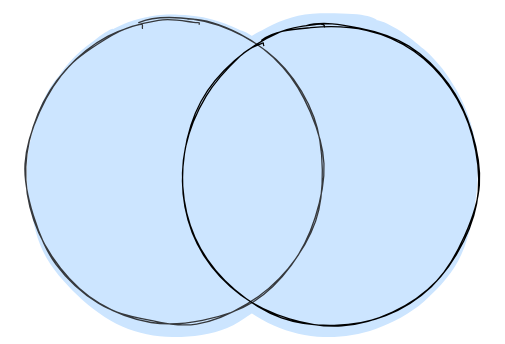
The draw.io diagram content/files/sql_full_outer_join.svg in TheRealMattDunn/mattdunn.info, before a commit. Source tidied: cells renumbered, new cells last; positions are measured from the earlier drawing's top-left corner, leaving out a move shared by most shapes. Its diagram source:
```xml
<mxGraphModel>
  <root>
    <mxCell id="0" />
    <mxCell id="1" parent="0" />
    <mxCell id="2" style="ellipse;whiteSpace=wrap;html=1;fillColor=#cce5ff;sketch=1;fillStyle=solid;strokeColor=none;" parent="1" vertex="1">
      <mxGeometry y="5" width="240" height="240" as="geometry" />
    </mxCell>
    <mxCell id="3" style="ellipse;whiteSpace=wrap;html=1;fillColor=#cce5ff;strokeColor=none;sketch=1;fillStyle=solid;" parent="1" vertex="1">
      <mxGeometry x="120" y="5" width="240" height="240" as="geometry" />
    </mxCell>
    <mxCell id="4" style="ellipse;whiteSpace=wrap;html=1;strokeColor=#36393d;sketch=1;fillStyle=solid;fillColor=none;" parent="1" vertex="1">
      <mxGeometry width="240" height="245" as="geometry" />
    </mxCell>
    <mxCell id="5" style="ellipse;whiteSpace=wrap;html=1;fillColor=none;" parent="1" vertex="1">
      <mxGeometry x="120" y="5" width="240" height="240" as="geometry" />
    </mxCell>
  </root>
</mxGraphModel>
```
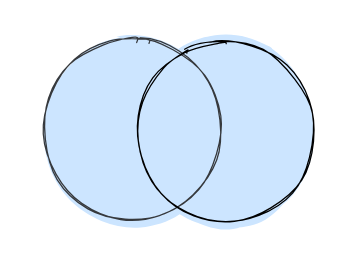
After the commit.

What changed in the source:
```diff
@@ -2,17 +2,20 @@
   <root>
     <mxCell id="0" />
     <mxCell id="1" parent="0" />
+    <mxCell id="6" style="group;" parent="1" vertex="1">
+      <mxGeometry width="255" height="185" as="geometry" />
+    </mxCell>
-    <mxCell id="2" style="ellipse;whiteSpace=wrap;html=1;fillColor=#cce5ff;sketch=1;fillStyle=solid;strokeColor=none;" parent="1" vertex="1">
-      <mxGeometry y="5" width="240" height="240" as="geometry" />
+    <mxCell id="2" style="ellipse;whiteSpace=wrap;html=1;fillColor=#cce5ff;sketch=1;fillStyle=solid;strokeColor=none;" parent="6" vertex="1">
+      <mxGeometry x="17.3" y="20.3" width="146.9" height="146.9" as="geometry" />
     </mxCell>
-    <mxCell id="3" style="ellipse;whiteSpace=wrap;html=1;fillColor=#cce5ff;strokeColor=none;sketch=1;fillStyle=solid;" parent="1" vertex="1">
-      <mxGeometry x="120" y="5" width="240" height="240" as="geometry" />
+    <mxCell id="3" style="ellipse;whiteSpace=wrap;html=1;fillColor=#cce5ff;strokeColor=none;sketch=1;fillStyle=solid;" parent="6" vertex="1">
+      <mxGeometry x="90.8" y="20.3" width="146.9" height="146.9" as="geometry" />
     </mxCell>
-    <mxCell id="4" style="ellipse;whiteSpace=wrap;html=1;strokeColor=#36393d;sketch=1;fillStyle=solid;fillColor=none;" parent="1" vertex="1">
-      <mxGeometry width="240" height="245" as="geometry" />
+    <mxCell id="4" style="ellipse;whiteSpace=wrap;html=1;strokeColor=#36393d;sketch=1;fillStyle=solid;fillColor=none;" parent="6" vertex="1">
+      <mxGeometry x="17.3" y="17.3" width="146.9" height="150" as="geometry" />
     </mxCell>
-    <mxCell id="5" style="ellipse;whiteSpace=wrap;html=1;fillColor=none;" parent="1" vertex="1">
-      <mxGeometry x="120" y="5" width="240" height="240" as="geometry" />
+    <mxCell id="5" style="ellipse;whiteSpace=wrap;html=1;fillColor=none;" parent="6" vertex="1">
+      <mxGeometry x="90.8" y="20.3" width="146.9" height="146.9" as="geometry" />
     </mxCell>
   </root>
 </mxGraphModel>
```
